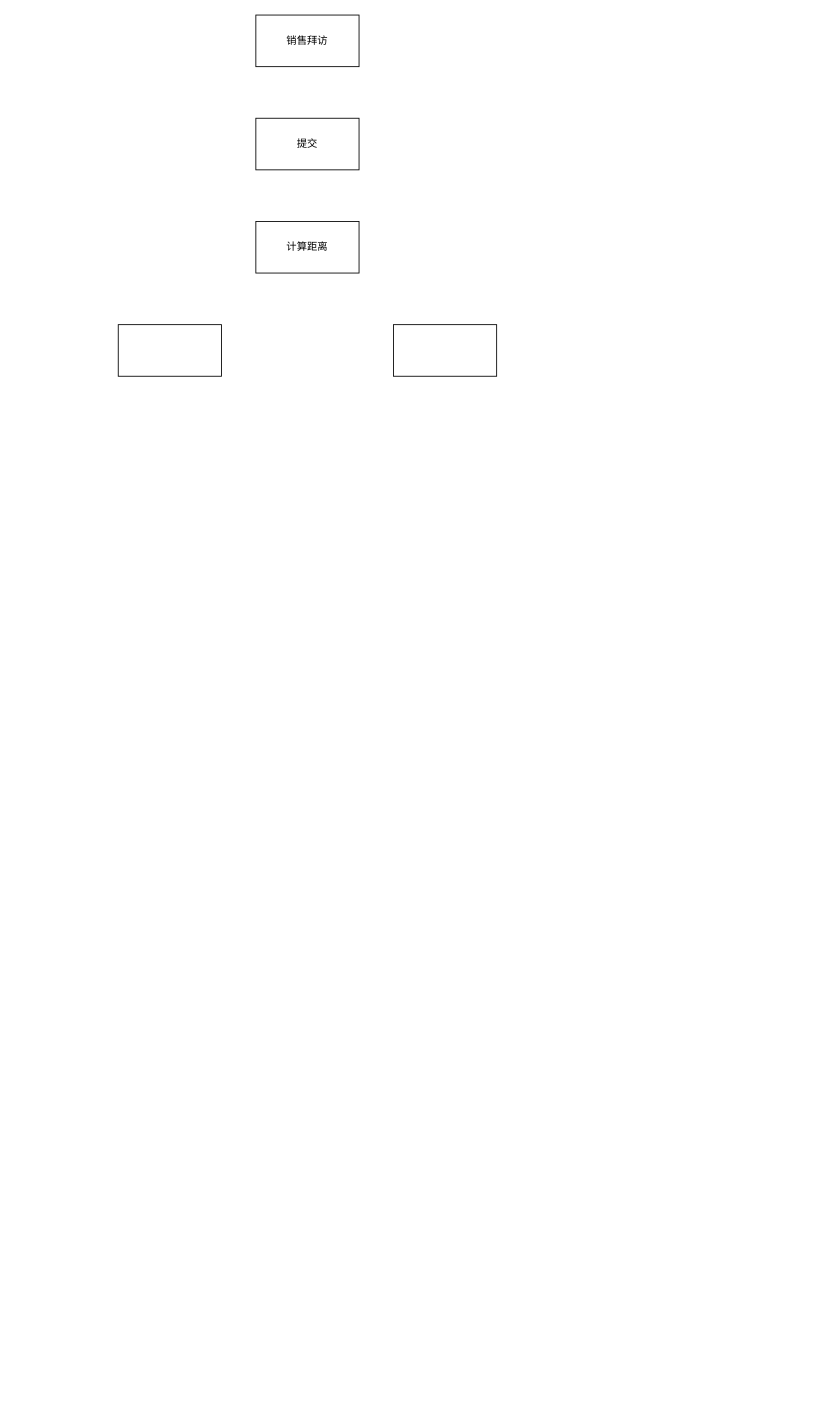
This is 111/销售拜访提交.drawio from xiaoyanghao/xiaoyanghao.github.io, a draw.io file, before an edit. Source tidied: cells renumbered, new cells numbered last; positions are measured from the earlier drawing's top-left corner, leaving out a move shared by most shapes. Both pictures are drawn from the tidied source at 86%, with x=0, y=0 at pixel (118, 15).
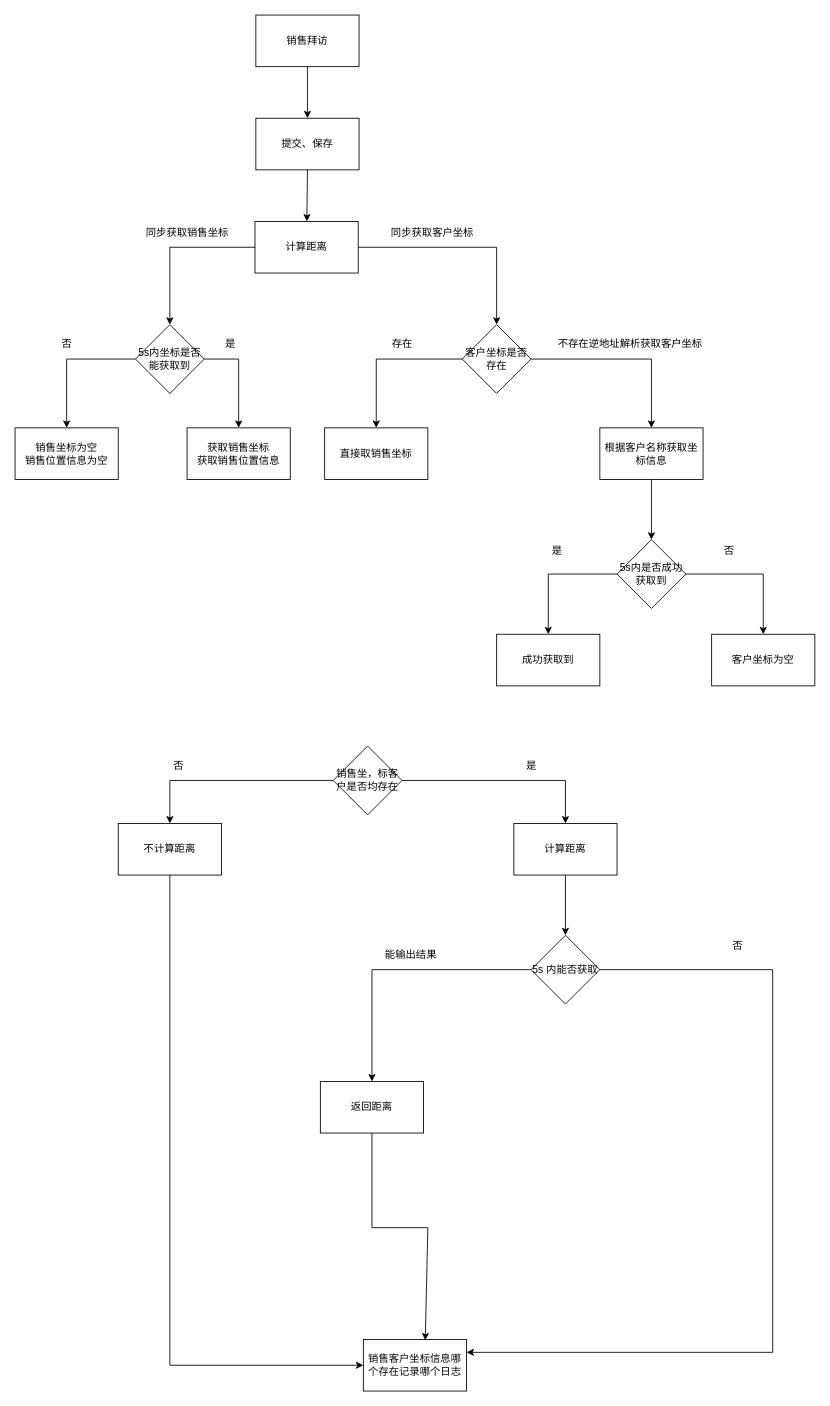
The same diagram, later.

Commit message (it also covers changes not shown here):
更新销售拜访提交.drawio

Unchanged cells that the change refers to:
```xml
<mxCell id="2" value="销售拜访" style="rounded=0;whiteSpace=wrap;html=1;" parent="1" vertex="1">
  <mxGeometry x="160" width="120" height="60" as="geometry" />
</mxCell>
```

What changed in the source:
```diff
@@
-    <mxCell id="3" value="提交" style="rounded=0;whiteSpace=wrap;html=1;" parent="1" vertex="1">
+    <mxCell id="3" value="提交、保存" style="rounded=0;whiteSpace=wrap;html=1;" parent="1" vertex="1">
       <mxGeometry x="160" y="120" width="120" height="60" as="geometry" />
     </mxCell>
     <mxCell id="4" value="计算距离" style="rounded=0;whiteSpace=wrap;html=1;" parent="1" vertex="1">
-      <mxGeometry x="160" y="240" width="120" height="60" as="geometry" />
+      <mxGeometry x="159" y="240" width="120" height="60" as="geometry" />
     </mxCell>
-    <mxCell id="5" style="rounded=0;whiteSpace=wrap;html=1;" parent="1" vertex="1">
-      <mxGeometry y="360" width="120" height="60" as="geometry" />
-    </mxCell>
-    <mxCell id="6" style="rounded=0;whiteSpace=wrap;html=1;" parent="1" vertex="1">
-      <mxGeometry x="320" y="360" width="120" height="60" as="geometry" />
-    </mxCell>
+    <mxCell id="7" style="edgeStyle=orthogonalEdgeStyle;rounded=0;jettySize=auto;html=1;" parent="1" edge="1" source="9" target="17">
+      <mxGeometry relative="1" as="geometry" />
+    </mxCell>
+    <mxCell id="8" style="edgeStyle=orthogonalEdgeStyle;rounded=0;jettySize=auto;html=1;" parent="1" edge="1" source="9" target="22">
+      <mxGeometry relative="1" as="geometry" />
+    </mxCell>
+    <mxCell id="9" value="客户坐标是否存在" style="rhombus;whiteSpace=wrap;html=1;" parent="1" vertex="1">
+      <mxGeometry x="400" y="360" width="80" height="80" as="geometry" />
+    </mxCell>
+    <mxCell id="10" style="endArrow=classic;html=1;rounded=0;exitX=0.5;exitY=1;exitDx=0;exitDy=0;" parent="1" edge="1" source="2">
+      <mxGeometry relative="1" as="geometry">
+        <mxPoint x="220" y="120" as="targetPoint" />
+      </mxGeometry>
+    </mxCell>
+    <mxCell id="11" style="endArrow=classic;html=1;rounded=0;exitX=0.5;exitY=1;exitDx=0;exitDy=0;" parent="1" edge="1" source="3" target="4">
+      <mxGeometry relative="1" as="geometry" />
+    </mxCell>
+    <mxCell id="12" style="endArrow=classic;html=1;rounded=0;entryX=0.5;entryY=0;entryDx=0;entryDy=0;exitX=0;exitY=0.5;exitDx=0;exitDy=0;" parent="1" edge="1" source="4">
+      <mxGeometry relative="1" as="geometry">
+        <mxPoint x="60" y="360" as="targetPoint" />
+        <Array as="points">
+          <mxPoint x="60" y="270" />
+        </Array>
+      </mxGeometry>
+    </mxCell>
+    <mxCell id="13" style="endArrow=classic;html=1;rounded=0;entryX=0.5;entryY=0;entryDx=0;entryDy=0;exitX=1;exitY=0.5;exitDx=0;exitDy=0;" parent="1" edge="1" source="4" target="9">
+      <mxGeometry relative="1" as="geometry">
+        <Array as="points">
+          <mxPoint x="280" y="270" />
+          <mxPoint x="440" y="270" />
+        </Array>
+      </mxGeometry>
+    </mxCell>
+    <mxCell id="14" style="edgeStyle=orthogonalEdgeStyle;rounded=0;jettySize=auto;html=1;" parent="1" edge="1" source="16" target="24">
+      <mxGeometry relative="1" as="geometry" />
+    </mxCell>
+    <mxCell id="15" style="edgeStyle=orthogonalEdgeStyle;rounded=0;jettySize=auto;html=1;" parent="1" edge="1" source="16" target="25">
+      <mxGeometry relative="1" as="geometry">
+        <Array as="points">
+          <mxPoint x="140" y="400" />
+        </Array>
+      </mxGeometry>
+    </mxCell>
+    <mxCell id="16" value="5s内坐标是否能获取到" style="rhombus;whiteSpace=wrap;html=1;rounded=0;" parent="1" vertex="1">
+      <mxGeometry x="20" y="360" width="80" height="80" as="geometry" />
+    </mxCell>
+    <mxCell id="17" value="直接取销售坐标" style="whiteSpace=wrap;html=1;" parent="1" vertex="1">
+      <mxGeometry x="240" y="480" width="120" height="60" as="geometry" />
+    </mxCell>
+    <mxCell id="18" value="同步获取销售坐标" style="text;html=1;align=center;verticalAlign=middle;strokeColor=none;fillColor=none;" parent="1" vertex="1">
+      <mxGeometry x="20" y="238" width="120" height="30" as="geometry" />
+    </mxCell>
+    <mxCell id="19" value="同步获取客户坐标" style="text;html=1;align=center;verticalAlign=middle;strokeColor=none;fillColor=none;" parent="1" vertex="1">
+      <mxGeometry x="305" y="238" width="120" height="30" as="geometry" />
+    </mxCell>
+    <mxCell id="20" value="存在" style="text;html=1;align=center;verticalAlign=middle;strokeColor=none;fillColor=none;" parent="1" vertex="1">
+      <mxGeometry x="305" y="368" width="50" height="30" as="geometry" />
+    </mxCell>
+    <mxCell id="21" style="edgeStyle=orthogonalEdgeStyle;rounded=0;jettySize=auto;html=1;" parent="1" edge="1" source="22" target="30">
+      <mxGeometry relative="1" as="geometry" />
+    </mxCell>
+    <mxCell id="22" value="根据客户名称获取坐标信息" style="whiteSpace=wrap;html=1;" parent="1" vertex="1">
+      <mxGeometry x="560" y="480" width="120" height="60" as="geometry" />
+    </mxCell>
+    <mxCell id="23" value="不存在逆地址解析获取客户坐标" style="text;html=1;align=center;verticalAlign=middle;strokeColor=none;fillColor=none;" parent="1" vertex="1">
+      <mxGeometry x="500" y="368" width="190" height="30" as="geometry" />
+    </mxCell>
+    <mxCell id="24" value="销售坐标为空&lt;br&gt;销售位置信息为空" style="whiteSpace=wrap;html=1;rounded=0;" parent="1" vertex="1">
+      <mxGeometry x="-120" y="480" width="120" height="60" as="geometry" />
+    </mxCell>
+    <mxCell id="25" value="获取销售坐标&lt;br&gt;获取销售位置信息" style="whiteSpace=wrap;html=1;rounded=0;" parent="1" vertex="1">
+      <mxGeometry x="80" y="480" width="120" height="60" as="geometry" />
+    </mxCell>
+    <mxCell id="26" value="否" style="text;html=1;align=center;verticalAlign=middle;strokeColor=none;fillColor=none;" parent="1" vertex="1">
+      <mxGeometry x="-80" y="368" width="40" height="30" as="geometry" />
+    </mxCell>
+    <mxCell id="27" value="是" style="text;html=1;align=center;verticalAlign=middle;strokeColor=none;fillColor=none;" parent="1" vertex="1">
+      <mxGeometry x="110" y="368" width="40" height="30" as="geometry" />
+    </mxCell>
+    <mxCell id="28" style="edgeStyle=orthogonalEdgeStyle;rounded=0;jettySize=auto;html=1;" parent="1" edge="1" source="30" target="31">
+      <mxGeometry relative="1" as="geometry" />
+    </mxCell>
+    <mxCell id="29" style="edgeStyle=orthogonalEdgeStyle;rounded=0;jettySize=auto;html=1;" parent="1" edge="1" source="30" target="33">
+      <mxGeometry relative="1" as="geometry" />
+    </mxCell>
+    <mxCell id="30" value="5s内是否成功获取到" style="rhombus;whiteSpace=wrap;html=1;" parent="1" vertex="1">
+      <mxGeometry x="580" y="610" width="80" height="80" as="geometry" />
+    </mxCell>
+    <mxCell id="31" value="成功获取到" style="whiteSpace=wrap;html=1;" parent="1" vertex="1">
+      <mxGeometry x="440" y="720" width="120" height="60" as="geometry" />
+    </mxCell>
+    <mxCell id="32" value="是" style="text;html=1;align=center;verticalAlign=middle;strokeColor=none;fillColor=none;" parent="1" vertex="1">
+      <mxGeometry x="490" y="608" width="40" height="30" as="geometry" />
+    </mxCell>
+    <mxCell id="33" value="客户坐标为空" style="whiteSpace=wrap;html=1;" parent="1" vertex="1">
+      <mxGeometry x="690" y="720" width="120" height="60" as="geometry" />
+    </mxCell>
+    <mxCell id="34" value="否" style="text;html=1;align=center;verticalAlign=middle;strokeColor=none;fillColor=none;" parent="1" vertex="1">
+      <mxGeometry x="690" y="608" width="40" height="30" as="geometry" />
+    </mxCell>
+    <mxCell id="35" value="返回距离" style="rounded=0;whiteSpace=wrap;html=1;" parent="1" vertex="1">
+      <mxGeometry x="235" y="1240" width="120" height="60" as="geometry" />
+    </mxCell>
+    <mxCell id="36" style="edgeStyle=orthogonalEdgeStyle;rounded=0;jettySize=auto;html=1;" parent="1" edge="1" source="38" target="40">
+      <mxGeometry relative="1" as="geometry" />
+    </mxCell>
+    <mxCell id="37" style="edgeStyle=orthogonalEdgeStyle;rounded=0;jettySize=auto;html=1;" parent="1" edge="1" source="38" target="43">
+      <mxGeometry relative="1" as="geometry" />
+    </mxCell>
+    <mxCell id="38" value="销售坐，标客户是否均存在" style="rhombus;whiteSpace=wrap;html=1;" parent="1" vertex="1">
+      <mxGeometry x="250" y="850" width="80" height="80" as="geometry" />
+    </mxCell>
+    <mxCell id="39" style="edgeStyle=orthogonalEdgeStyle;rounded=0;jettySize=auto;html=1;" parent="1" edge="1" source="40" target="50">
+      <mxGeometry relative="1" as="geometry">
+        <Array as="points">
+          <mxPoint x="60" y="1570" />
+        </Array>
+      </mxGeometry>
+    </mxCell>
+    <mxCell id="40" value="不计算距离" style="whiteSpace=wrap;html=1;" parent="1" vertex="1">
+      <mxGeometry y="940" width="120" height="60" as="geometry" />
+    </mxCell>
+    <mxCell id="41" value="否" style="text;html=1;align=center;verticalAlign=middle;strokeColor=none;fillColor=none;" parent="1" vertex="1">
+      <mxGeometry x="50" y="858" width="40" height="30" as="geometry" />
+    </mxCell>
+    <mxCell id="42" style="edgeStyle=orthogonalEdgeStyle;rounded=0;jettySize=auto;html=1;" parent="1" edge="1" source="43" target="46">
+      <mxGeometry relative="1" as="geometry" />
+    </mxCell>
+    <mxCell id="43" value="计算距离" style="whiteSpace=wrap;html=1;" parent="1" vertex="1">
+      <mxGeometry x="460" y="940" width="120" height="60" as="geometry" />
+    </mxCell>
+    <mxCell id="44" value="是" style="text;html=1;align=center;verticalAlign=middle;strokeColor=none;fillColor=none;" parent="1" vertex="1">
+      <mxGeometry x="460" y="858" width="40" height="30" as="geometry" />
+    </mxCell>
+    <mxCell id="45" style="edgeStyle=orthogonalEdgeStyle;rounded=0;orthogonalLoop=1;jettySize=auto;html=1;entryX=1;entryY=0.25;entryDx=0;entryDy=0;" parent="1" edge="1">
+      <mxGeometry relative="1" as="geometry">
+        <mxPoint x="560" y="1110" as="sourcePoint" />
+        <mxPoint x="405" y="1555" as="targetPoint" />
+        <Array as="points">
+          <mxPoint x="761" y="1110" />
+          <mxPoint x="761" y="1555" />
+        </Array>
+      </mxGeometry>
+    </mxCell>
+    <mxCell id="46" value="5s 内能否获取" style="rhombus;whiteSpace=wrap;html=1;" parent="1" vertex="1">
+      <mxGeometry x="480" y="1070" width="80" height="80" as="geometry" />
+    </mxCell>
+    <mxCell id="47" style="endArrow=classic;html=1;rounded=0;exitX=0;exitY=0.5;exitDx=0;exitDy=0;entryX=0.5;entryY=0;entryDx=0;entryDy=0;" parent="1" edge="1" source="46" target="35">
+      <mxGeometry relative="1" as="geometry">
+        <Array as="points">
+          <mxPoint x="295" y="1110" />
+        </Array>
+      </mxGeometry>
+    </mxCell>
+    <mxCell id="48" value="能输出结果" style="text;html=1;align=center;verticalAlign=middle;strokeColor=none;fillColor=none;" parent="1" vertex="1">
+      <mxGeometry x="300" y="1078" width="80" height="30" as="geometry" />
+    </mxCell>
+    <mxCell id="49" value="否" style="text;html=1;align=center;verticalAlign=middle;strokeColor=none;fillColor=none;" parent="1" vertex="1">
+      <mxGeometry x="700" y="1068" width="40" height="30" as="geometry" />
+    </mxCell>
+    <mxCell id="50" value="销售客户坐标信息哪个存在记录哪个日志" style="whiteSpace=wrap;html=1;" parent="1" vertex="1">
+      <mxGeometry x="285" y="1540" width="120" height="60" as="geometry" />
+    </mxCell>
+    <mxCell id="51" style="endArrow=classic;html=1;rounded=0;exitX=0.5;exitY=1;exitDx=0;exitDy=0;entryX=0.6;entryY=0.017;entryDx=0;entryDy=0;entryPerimeter=0;" parent="1" edge="1" source="35" target="50">
+      <mxGeometry relative="1" as="geometry">
+        <Array as="points">
+          <mxPoint x="295" y="1410" />
+          <mxPoint x="360" y="1410" />
+        </Array>
+      </mxGeometry>
+    </mxCell>
```
